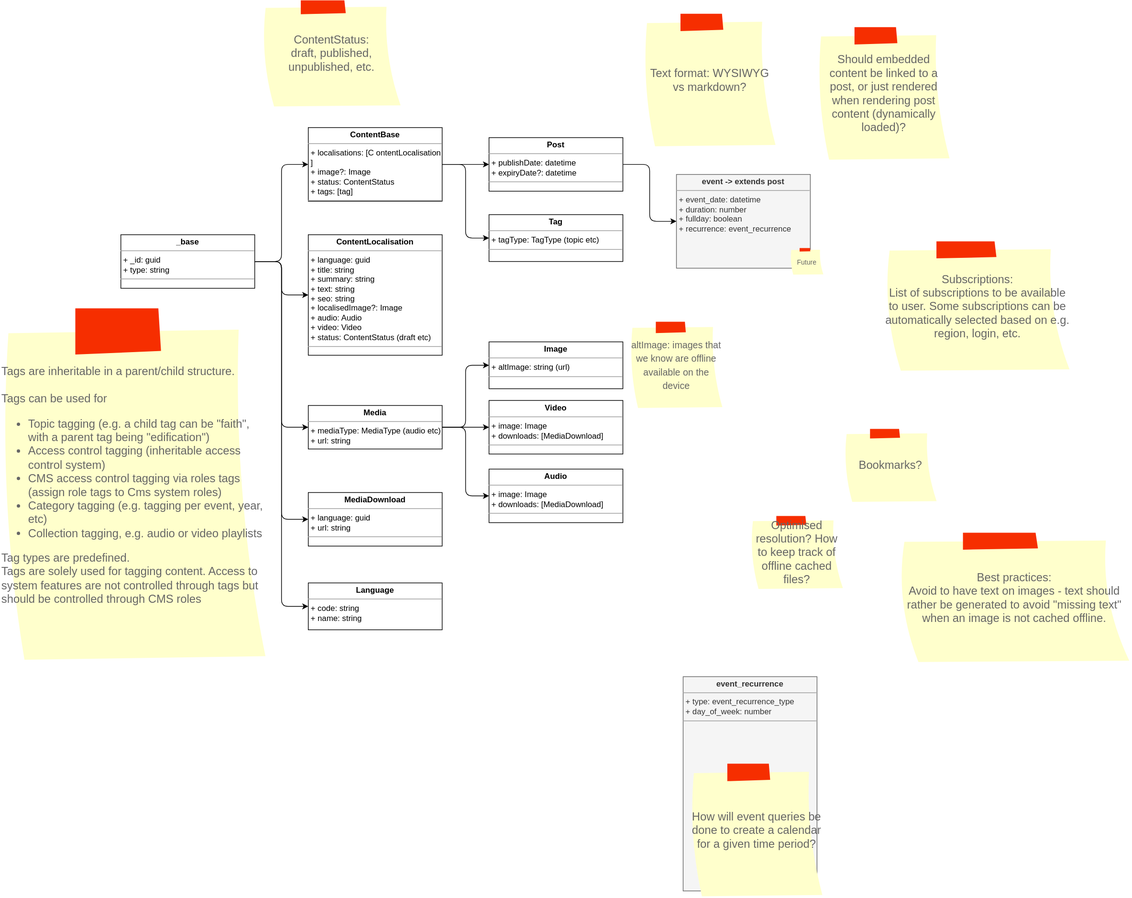
bccsa/luminary keeps this draw.io diagram as docs/datamodel.drawio.svg. Above is the earlier version. Source tidied: cells renumbered, new cells last; positions are measured from the earlier drawing's top-left corner, leaving out a move shared by most shapes.
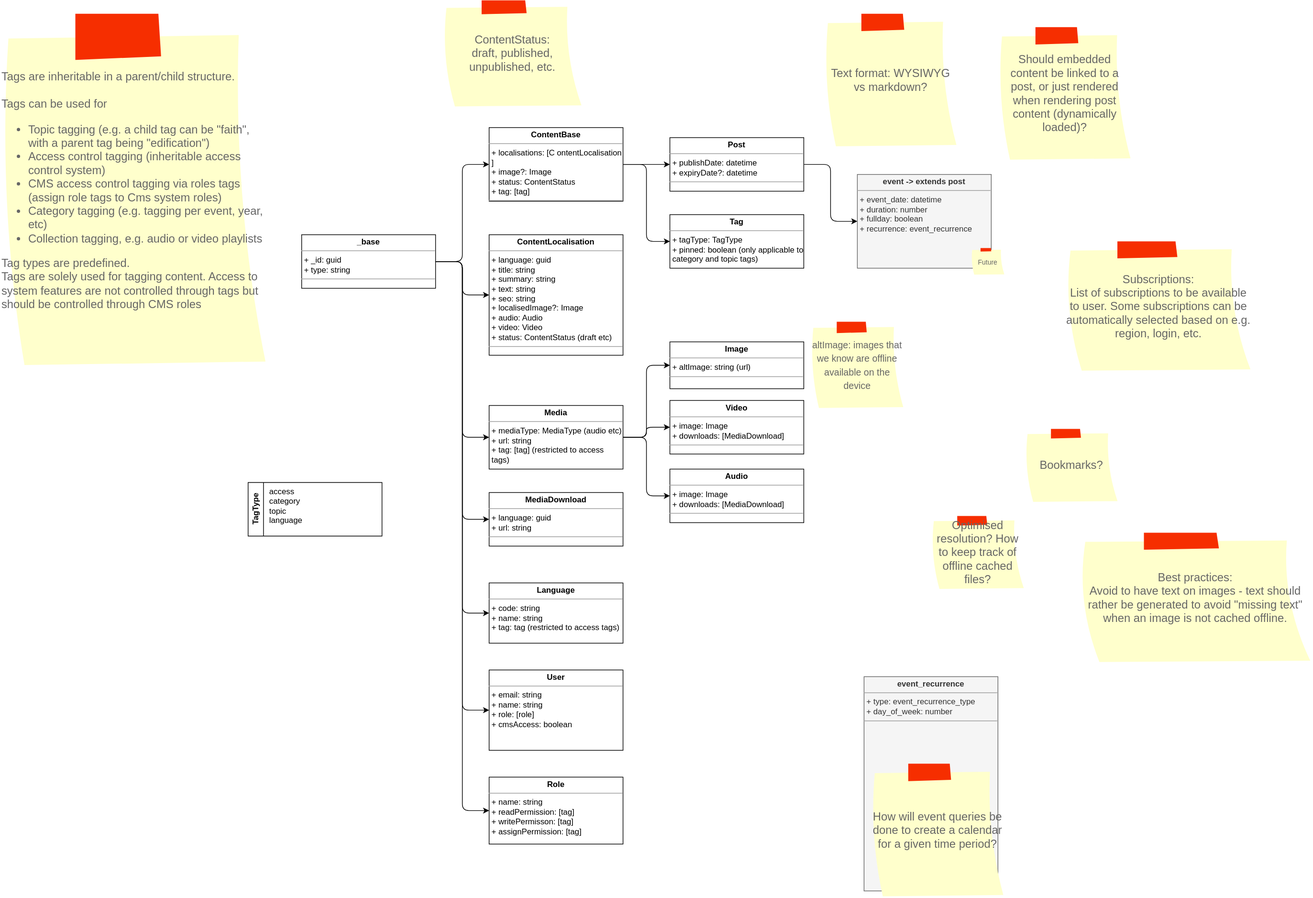
After the change.

What changed in the source:
```diff
@@ -3,7 +3,12 @@
     <mxCell id="0" />
     <mxCell id="1" parent="0" />
     <mxCell id="2" style="edgeStyle=orthogonalEdgeStyle;rounded=1;jettySize=auto;html=1;curved=0;" parent="1" edge="1" source="3" target="14">
-      <mxGeometry relative="1" as="geometry" />
+      <mxGeometry relative="1" as="geometry">
+        <Array as="points">
+          <mxPoint x="970" y="245" />
+          <mxPoint x="970" y="330" />
+        </Array>
+      </mxGeometry>
     </mxCell>
     <mxCell id="3" value="&lt;p style=&quot;margin:0px;margin-top:4px;text-align:center;&quot;&gt;&lt;b&gt;Post&lt;/b&gt;&lt;/p&gt;&lt;hr size=&quot;1&quot;&gt;&lt;p style=&quot;margin:0px;margin-left:4px;&quot;&gt;&lt;span style=&quot;background-color: initial;&quot;&gt;+ publishDate: datetime&lt;/span&gt;&lt;br&gt;&lt;/p&gt;&lt;p style=&quot;border-color: var(--border-color); margin: 0px 0px 0px 4px;&quot;&gt;+ expiryDate?: datetime&lt;/p&gt;&lt;hr size=&quot;1&quot;&gt;&lt;p style=&quot;margin:0px;margin-left:4px;&quot;&gt;&lt;br&gt;&lt;/p&gt;" style="verticalAlign=top;align=left;overflow=fill;fontSize=12;fontFamily=Helvetica;html=1;whiteSpace=wrap;" parent="1" vertex="1">
       <mxGeometry x="730" y="205" width="200" height="80" as="geometry" />
@@ -29,14 +34,20 @@
     <mxCell id="10" style="edgeStyle=orthogonalEdgeStyle;html=1;entryX=0;entryY=0.5;entryDx=0;entryDy=0;" parent="1" edge="1" source="11" target="35">
       <mxGeometry relative="1" as="geometry" />
     </mxCell>
+    <mxCell id="37" style="edgeStyle=orthogonalEdgeStyle;html=1;exitX=1;exitY=0.5;exitDx=0;exitDy=0;entryX=0;entryY=0.5;entryDx=0;entryDy=0;" parent="1" edge="1" source="11" target="39">
+      <mxGeometry relative="1" as="geometry" />
+    </mxCell>
+    <mxCell id="38" style="edgeStyle=orthogonalEdgeStyle;html=1;exitX=1;exitY=0.5;exitDx=0;exitDy=0;entryX=0;entryY=0.5;entryDx=0;entryDy=0;" parent="1" edge="1" source="11" target="42">
+      <mxGeometry relative="1" as="geometry" />
+    </mxCell>
     <mxCell id="11" value="&lt;p style=&quot;margin:0px;margin-top:4px;text-align:center;&quot;&gt;&lt;b&gt;_base&lt;/b&gt;&lt;/p&gt;&lt;hr size=&quot;1&quot;&gt;&lt;p style=&quot;margin:0px;margin-left:4px;&quot;&gt;+ _id: guid&lt;/p&gt;&lt;p style=&quot;margin:0px;margin-left:4px;&quot;&gt;+ type: string&lt;/p&gt;&lt;hr size=&quot;1&quot;&gt;&lt;p style=&quot;margin:0px;margin-left:4px;&quot;&gt;&lt;br&gt;&lt;/p&gt;" style="verticalAlign=top;align=left;overflow=fill;fontSize=12;fontFamily=Helvetica;html=1;whiteSpace=wrap;" parent="1" vertex="1">
       <mxGeometry x="180" y="350" width="200" height="80" as="geometry" />
     </mxCell>
     <mxCell id="12" value="&lt;p style=&quot;margin:0px;margin-top:4px;text-align:center;&quot;&gt;&lt;b&gt;Image&lt;/b&gt;&lt;/p&gt;&lt;hr size=&quot;1&quot;&gt;&lt;p style=&quot;margin:0px;margin-left:4px;&quot;&gt;&lt;span style=&quot;background-color: initial;&quot;&gt;+ altImage: string (url)&lt;/span&gt;&lt;br&gt;&lt;/p&gt;&lt;hr size=&quot;1&quot;&gt;&lt;p style=&quot;margin:0px;margin-left:4px;&quot;&gt;&lt;br&gt;&lt;/p&gt;" style="verticalAlign=top;align=left;overflow=fill;fontSize=12;fontFamily=Helvetica;html=1;whiteSpace=wrap;" parent="1" vertex="1">
       <mxGeometry x="730" y="510" width="200" height="70" as="geometry" />
     </mxCell>
-    <mxCell id="13" value="&lt;p style=&quot;margin:0px;margin-top:4px;text-align:center;&quot;&gt;&lt;b&gt;Language&lt;/b&gt;&lt;/p&gt;&lt;hr size=&quot;1&quot;&gt;&lt;p style=&quot;margin:0px;margin-left:4px;&quot;&gt;&lt;span style=&quot;background-color: initial;&quot;&gt;+ code: string&lt;/span&gt;&lt;br&gt;&lt;/p&gt;&lt;p style=&quot;margin:0px;margin-left:4px;&quot;&gt;+ name: string&lt;/p&gt;" style="verticalAlign=top;align=left;overflow=fill;fontSize=12;fontFamily=Helvetica;html=1;whiteSpace=wrap;" parent="1" vertex="1">
-      <mxGeometry x="460" y="870" width="200" height="70" as="geometry" />
+    <mxCell id="13" value="&lt;p style=&quot;margin:0px;margin-top:4px;text-align:center;&quot;&gt;&lt;b&gt;Language&lt;/b&gt;&lt;/p&gt;&lt;hr size=&quot;1&quot;&gt;&lt;p style=&quot;margin:0px;margin-left:4px;&quot;&gt;&lt;span style=&quot;background-color: initial;&quot;&gt;+ code: string&lt;/span&gt;&lt;br&gt;&lt;/p&gt;&lt;p style=&quot;margin:0px;margin-left:4px;&quot;&gt;+ name: string&lt;/p&gt;&lt;p style=&quot;margin:0px;margin-left:4px;&quot;&gt;+ tag: tag (restricted to access tags)&lt;/p&gt;" style="verticalAlign=top;align=left;overflow=fill;fontSize=12;fontFamily=Helvetica;html=1;whiteSpace=wrap;" parent="1" vertex="1">
+      <mxGeometry x="460" y="870" width="200" height="90" as="geometry" />
     </mxCell>
     <mxCell id="14" value="&lt;p style=&quot;margin:0px;margin-top:4px;text-align:center;&quot;&gt;&lt;b&gt;event -&amp;gt; extends post&lt;/b&gt;&lt;/p&gt;&lt;hr size=&quot;1&quot;&gt;&lt;p style=&quot;margin:0px;margin-left:4px;&quot;&gt;&lt;span style=&quot;background-color: initial;&quot;&gt;+ event_date: datetime&lt;/span&gt;&lt;br&gt;&lt;/p&gt;&lt;p style=&quot;margin:0px;margin-left:4px;&quot;&gt;&lt;span style=&quot;background-color: initial;&quot;&gt;+ duration: number&lt;/span&gt;&lt;/p&gt;&lt;p style=&quot;margin:0px;margin-left:4px;&quot;&gt;&lt;span style=&quot;background-color: initial;&quot;&gt;+ fullday: boolean&lt;/span&gt;&lt;/p&gt;&lt;p style=&quot;margin:0px;margin-left:4px;&quot;&gt;&lt;span style=&quot;background-color: initial;&quot;&gt;+ recurrence: event_recurrence&lt;/span&gt;&lt;/p&gt;" style="verticalAlign=top;align=left;overflow=fill;fontSize=12;fontFamily=Helvetica;html=1;whiteSpace=wrap;glass=0;fillColor=#f5f5f5;fontColor=#333333;strokeColor=#666666;" parent="1" vertex="1">
       <mxGeometry x="1010" y="260" width="200" height="140" as="geometry" />
@@ -62,17 +73,17 @@
     <mxCell id="21" value="Best practices:&lt;br&gt;Avoid to have text on images - text should rather be generated to avoid &quot;missing text&quot; when an image is not cached offline." style="strokeWidth=1;shadow=0;dashed=0;align=center;html=1;shape=mxgraph.mockup.text.stickyNote2;fontColor=#666666;mainText=;fontSize=17;whiteSpace=wrap;fillColor=#ffffcc;strokeColor=#F62E00;" parent="1" vertex="1">
       <mxGeometry x="1340" y="795" width="350" height="195" as="geometry" />
     </mxCell>
-    <mxCell id="22" value="&lt;p style=&quot;margin:0px;margin-top:4px;text-align:center;&quot;&gt;&lt;b&gt;Tag&lt;/b&gt;&lt;/p&gt;&lt;hr size=&quot;1&quot;&gt;&lt;p style=&quot;margin:0px;margin-left:4px;&quot;&gt;&lt;span style=&quot;background-color: initial;&quot;&gt;+ tagType: TagType (topic etc)&lt;/span&gt;&lt;br&gt;&lt;/p&gt;&lt;hr size=&quot;1&quot;&gt;&lt;p style=&quot;margin:0px;margin-left:4px;&quot;&gt;&lt;br&gt;&lt;/p&gt;" style="verticalAlign=top;align=left;overflow=fill;fontSize=12;fontFamily=Helvetica;html=1;whiteSpace=wrap;" parent="1" vertex="1">
-      <mxGeometry x="730" y="320" width="200" height="70" as="geometry" />
+    <mxCell id="22" value="&lt;p style=&quot;margin:0px;margin-top:4px;text-align:center;&quot;&gt;&lt;b&gt;Tag&lt;/b&gt;&lt;/p&gt;&lt;hr size=&quot;1&quot;&gt;&lt;p style=&quot;margin:0px;margin-left:4px;&quot;&gt;&lt;span style=&quot;background-color: initial;&quot;&gt;+ tagType: TagType&lt;/span&gt;&lt;br&gt;&lt;/p&gt;&lt;p style=&quot;margin:0px;margin-left:4px;&quot;&gt;+ pinned: boolean (only applicable to category and topic tags)&lt;/p&gt;&lt;hr size=&quot;1&quot;&gt;&lt;p style=&quot;margin:0px;margin-left:4px;&quot;&gt;&lt;br&gt;&lt;/p&gt;" style="verticalAlign=top;align=left;overflow=fill;fontSize=12;fontFamily=Helvetica;html=1;whiteSpace=wrap;" parent="1" vertex="1">
+      <mxGeometry x="730" y="320" width="200" height="80" as="geometry" />
     </mxCell>
     <mxCell id="23" style="edgeStyle=orthogonalEdgeStyle;html=1;entryX=0;entryY=0.5;entryDx=0;entryDy=0;exitX=1;exitY=0.5;exitDx=0;exitDy=0;" parent="1" edge="1" source="24" target="22">
       <mxGeometry relative="1" as="geometry" />
     </mxCell>
-    <mxCell id="24" value="&lt;p style=&quot;margin:0px;margin-top:4px;text-align:center;&quot;&gt;&lt;b&gt;ContentBase&lt;/b&gt;&lt;/p&gt;&lt;hr size=&quot;1&quot;&gt;&lt;p style=&quot;margin:0px;margin-left:4px;&quot;&gt;&lt;span style=&quot;background-color: initial;&quot;&gt;+ localisations: [C&lt;/span&gt;&lt;span style=&quot;background-color: initial; border-color: var(--border-color); text-align: center;&quot;&gt;ontentLocalisation&lt;/span&gt;&lt;span style=&quot;background-color: initial;&quot;&gt;]&lt;/span&gt;&lt;br&gt;&lt;/p&gt;&lt;p style=&quot;border-color: var(--border-color); margin: 0px 0px 0px 4px;&quot;&gt;&lt;span style=&quot;background-color: initial;&quot;&gt;+ image?: Image&lt;/span&gt;&lt;br&gt;&lt;/p&gt;&lt;p style=&quot;border-color: var(--border-color); margin: 0px 0px 0px 4px;&quot;&gt;&lt;span style=&quot;background-color: initial;&quot;&gt;+ status: ContentStatus&lt;/span&gt;&lt;br&gt;&lt;/p&gt;&lt;p style=&quot;margin:0px;margin-left:4px;&quot;&gt;+ tags: [tag]&lt;/p&gt;&lt;hr size=&quot;1&quot;&gt;&lt;p style=&quot;margin:0px;margin-left:4px;&quot;&gt;&lt;br&gt;&lt;/p&gt;" style="verticalAlign=top;align=left;overflow=fill;fontSize=12;fontFamily=Helvetica;html=1;whiteSpace=wrap;" parent="1" vertex="1">
+    <mxCell id="24" value="&lt;p style=&quot;margin:0px;margin-top:4px;text-align:center;&quot;&gt;&lt;b&gt;ContentBase&lt;/b&gt;&lt;/p&gt;&lt;hr size=&quot;1&quot;&gt;&lt;p style=&quot;margin:0px;margin-left:4px;&quot;&gt;&lt;span style=&quot;background-color: initial;&quot;&gt;+ localisations: [C&lt;/span&gt;&lt;span style=&quot;background-color: initial; border-color: var(--border-color); text-align: center;&quot;&gt;ontentLocalisation&lt;/span&gt;&lt;span style=&quot;background-color: initial;&quot;&gt;]&lt;/span&gt;&lt;br&gt;&lt;/p&gt;&lt;p style=&quot;border-color: var(--border-color); margin: 0px 0px 0px 4px;&quot;&gt;&lt;span style=&quot;background-color: initial;&quot;&gt;+ image?: Image&lt;/span&gt;&lt;br&gt;&lt;/p&gt;&lt;p style=&quot;border-color: var(--border-color); margin: 0px 0px 0px 4px;&quot;&gt;&lt;span style=&quot;background-color: initial;&quot;&gt;+ status: ContentStatus&lt;/span&gt;&lt;br&gt;&lt;/p&gt;&lt;p style=&quot;margin:0px;margin-left:4px;&quot;&gt;+ tag: [tag]&lt;/p&gt;&lt;hr size=&quot;1&quot;&gt;&lt;p style=&quot;margin:0px;margin-left:4px;&quot;&gt;&lt;br&gt;&lt;/p&gt;" style="verticalAlign=top;align=left;overflow=fill;fontSize=12;fontFamily=Helvetica;html=1;whiteSpace=wrap;" parent="1" vertex="1">
       <mxGeometry x="460" y="190" width="200" height="110" as="geometry" />
     </mxCell>
     <mxCell id="25" value="Tags are inheritable in a parent/child structure.&lt;br&gt;&lt;br&gt;Tags can be used for&lt;br&gt;&lt;ul&gt;&lt;li&gt;Topic tagging (e.g. a child tag can be &quot;faith&quot;, with a parent tag being &quot;edification&quot;)&lt;/li&gt;&lt;li&gt;Access control tagging (inheritable access control system)&lt;/li&gt;&lt;li&gt;CMS access control tagging via roles tags (assign role tags to Cms system roles)&lt;/li&gt;&lt;li&gt;Category tagging (e.g. tagging per event, year, etc)&lt;/li&gt;&lt;li&gt;Collection tagging, e.g. audio or video playlists&lt;/li&gt;&lt;/ul&gt;&lt;div&gt;Tag types are predefined.&lt;/div&gt;&lt;div&gt;Tags are solely used for tagging content. Access to system features are not controlled through tags but should be controlled through CMS roles&lt;/div&gt;" style="strokeWidth=1;shadow=0;dashed=0;align=left;html=1;shape=mxgraph.mockup.text.stickyNote2;fontColor=#666666;mainText=;fontSize=17;whiteSpace=wrap;fillColor=#ffffcc;strokeColor=#F62E00;" parent="1" vertex="1">
-      <mxGeometry y="460" width="400" height="530" as="geometry" />
+      <mxGeometry x="-270" y="20" width="400" height="530" as="geometry" />
     </mxCell>
     <mxCell id="26" value="ContentStatus:&lt;br&gt;draft, published, unpublished, etc." style="strokeWidth=1;shadow=0;dashed=0;align=center;html=1;shape=mxgraph.mockup.text.stickyNote2;fontColor=#666666;mainText=;fontSize=17;whiteSpace=wrap;fillColor=#ffffcc;strokeColor=#F62E00;" parent="1" vertex="1">
       <mxGeometry x="390" width="210" height="160" as="geometry" />
@@ -92,8 +103,8 @@
     <mxCell id="31" style="edgeStyle=orthogonalEdgeStyle;html=1;entryX=0;entryY=0.5;entryDx=0;entryDy=0;" parent="1" edge="1" source="32" target="34">
       <mxGeometry relative="1" as="geometry" />
     </mxCell>
-    <mxCell id="32" value="&lt;p style=&quot;margin:0px;margin-top:4px;text-align:center;&quot;&gt;&lt;b&gt;Media&lt;/b&gt;&lt;/p&gt;&lt;hr size=&quot;1&quot;&gt;&lt;p style=&quot;margin:0px;margin-left:4px;&quot;&gt;+ mediaType: MediaType (audio etc)&lt;span style=&quot;background-color: initial;&quot;&gt;&lt;br&gt;&lt;/span&gt;&lt;/p&gt;&lt;p style=&quot;margin:0px;margin-left:4px;&quot;&gt;&lt;span style=&quot;background-color: initial;&quot;&gt;+ url: string&lt;/span&gt;&lt;/p&gt;&lt;p style=&quot;margin:0px;margin-left:4px;&quot;&gt;&lt;br&gt;&lt;/p&gt;" style="verticalAlign=top;align=left;overflow=fill;fontSize=12;fontFamily=Helvetica;html=1;whiteSpace=wrap;" parent="1" vertex="1">
-      <mxGeometry x="460" y="605" width="200" height="65" as="geometry" />
+    <mxCell id="32" value="&lt;p style=&quot;margin:0px;margin-top:4px;text-align:center;&quot;&gt;&lt;b&gt;Media&lt;/b&gt;&lt;/p&gt;&lt;hr size=&quot;1&quot;&gt;&lt;p style=&quot;margin:0px;margin-left:4px;&quot;&gt;+ mediaType: MediaType (audio etc)&lt;span style=&quot;background-color: initial;&quot;&gt;&lt;br&gt;&lt;/span&gt;&lt;/p&gt;&lt;p style=&quot;margin:0px;margin-left:4px;&quot;&gt;&lt;span style=&quot;background-color: initial;&quot;&gt;+ url: string&lt;/span&gt;&lt;/p&gt;&lt;p style=&quot;margin:0px;margin-left:4px;&quot;&gt;&lt;span style=&quot;background-color: initial;&quot;&gt;+ tag: [tag] (restricted to access tags)&lt;/span&gt;&lt;/p&gt;&lt;p style=&quot;margin:0px;margin-left:4px;&quot;&gt;&lt;br&gt;&lt;/p&gt;" style="verticalAlign=top;align=left;overflow=fill;fontSize=12;fontFamily=Helvetica;html=1;whiteSpace=wrap;" parent="1" vertex="1">
+      <mxGeometry x="460" y="605" width="200" height="95" as="geometry" />
     </mxCell>
     <mxCell id="33" value="&lt;p style=&quot;margin:0px;margin-top:4px;text-align:center;&quot;&gt;&lt;b&gt;Video&lt;/b&gt;&lt;/p&gt;&lt;hr size=&quot;1&quot;&gt;&lt;p style=&quot;margin:0px;margin-left:4px;&quot;&gt;&lt;span style=&quot;background-color: initial;&quot;&gt;+ image: Image&lt;/span&gt;&lt;br&gt;&lt;/p&gt;&lt;p style=&quot;margin:0px;margin-left:4px;&quot;&gt;&lt;span style=&quot;background-color: initial;&quot;&gt;+ downloads: [MediaDownload]&lt;/span&gt;&lt;/p&gt;&lt;hr size=&quot;1&quot;&gt;&lt;p style=&quot;margin:0px;margin-left:4px;&quot;&gt;&lt;br&gt;&lt;/p&gt;" style="verticalAlign=top;align=left;overflow=fill;fontSize=12;fontFamily=Helvetica;html=1;whiteSpace=wrap;" parent="1" vertex="1">
       <mxGeometry x="730" y="597.5" width="200" height="80" as="geometry" />
@@ -107,5 +118,17 @@
     <mxCell id="36" value="&lt;font style=&quot;font-size: 10px;&quot;&gt;Future&lt;/font&gt;" style="strokeWidth=1;shadow=0;dashed=0;align=center;html=1;shape=mxgraph.mockup.text.stickyNote2;fontColor=#666666;mainText=;fontSize=17;whiteSpace=wrap;fillColor=#ffffcc;strokeColor=#F62E00;" parent="1" vertex="1">
       <mxGeometry x="1180" y="370" width="50" height="40" as="geometry" />
     </mxCell>
+    <mxCell id="39" value="&lt;p style=&quot;margin:0px;margin-top:4px;text-align:center;&quot;&gt;&lt;b&gt;User&lt;/b&gt;&lt;/p&gt;&lt;hr size=&quot;1&quot;&gt;&lt;p style=&quot;margin:0px;margin-left:4px;&quot;&gt;&lt;span style=&quot;background-color: initial;&quot;&gt;+ email: string&lt;/span&gt;&lt;br&gt;&lt;/p&gt;&lt;p style=&quot;margin:0px;margin-left:4px;&quot;&gt;&lt;span style=&quot;background-color: initial;&quot;&gt;+ name: string&lt;/span&gt;&lt;/p&gt;&lt;p style=&quot;margin:0px;margin-left:4px;&quot;&gt;+ role: [role]&lt;/p&gt;&lt;p style=&quot;margin:0px;margin-left:4px;&quot;&gt;&lt;span style=&quot;background-color: initial;&quot;&gt;+ cmsAccess: boolean&lt;/span&gt;&lt;/p&gt;" style="verticalAlign=top;align=left;overflow=fill;fontSize=12;fontFamily=Helvetica;html=1;whiteSpace=wrap;" parent="1" vertex="1">
+      <mxGeometry x="460" y="1000" width="200" height="120" as="geometry" />
+    </mxCell>
+    <mxCell id="40" value="TagType" style="swimlane;horizontal=0;whiteSpace=wrap;html=1;" parent="1" vertex="1">
+      <mxGeometry x="100" y="720" width="200" height="80" as="geometry" />
+    </mxCell>
+    <mxCell id="41" value="access&lt;br&gt;category&lt;br&gt;topic&lt;br&gt;language" style="text;html=1;strokeColor=none;fillColor=none;align=left;verticalAlign=top;whiteSpace=wrap;rounded=0;" parent="40" vertex="1">
+      <mxGeometry x="30" width="170" height="80" as="geometry" />
+    </mxCell>
+    <mxCell id="42" value="&lt;p style=&quot;margin:0px;margin-top:4px;text-align:center;&quot;&gt;&lt;b&gt;Role&lt;/b&gt;&lt;/p&gt;&lt;hr size=&quot;1&quot;&gt;&lt;p style=&quot;margin:0px;margin-left:4px;&quot;&gt;&lt;span style=&quot;background-color: initial;&quot;&gt;+ name: string&lt;/span&gt;&lt;br&gt;&lt;/p&gt;&lt;p style=&quot;border-color: var(--border-color); margin: 0px 0px 0px 4px;&quot;&gt;&lt;span style=&quot;border-color: var(--border-color); background-color: initial;&quot;&gt;+ readPermission: [tag]&lt;/span&gt;&lt;/p&gt;&lt;p style=&quot;border-color: var(--border-color); margin: 0px 0px 0px 4px;&quot;&gt;&lt;span style=&quot;border-color: var(--border-color); background-color: initial;&quot;&gt;+ writePermisson: [tag]&lt;/span&gt;&lt;/p&gt;&lt;p style=&quot;border-color: var(--border-color); margin: 0px 0px 0px 4px;&quot;&gt;&lt;span style=&quot;border-color: var(--border-color); background-color: initial;&quot;&gt;+ assignPermission: [tag]&lt;/span&gt;&lt;/p&gt;&lt;p style=&quot;margin:0px;margin-left:4px;&quot;&gt;&lt;br&gt;&lt;/p&gt;" style="verticalAlign=top;align=left;overflow=fill;fontSize=12;fontFamily=Helvetica;html=1;whiteSpace=wrap;" parent="1" vertex="1">
+      <mxGeometry x="460" y="1160" width="200" height="100" as="geometry" />
+    </mxCell>
   </root>
 </mxGraphModel>
```
